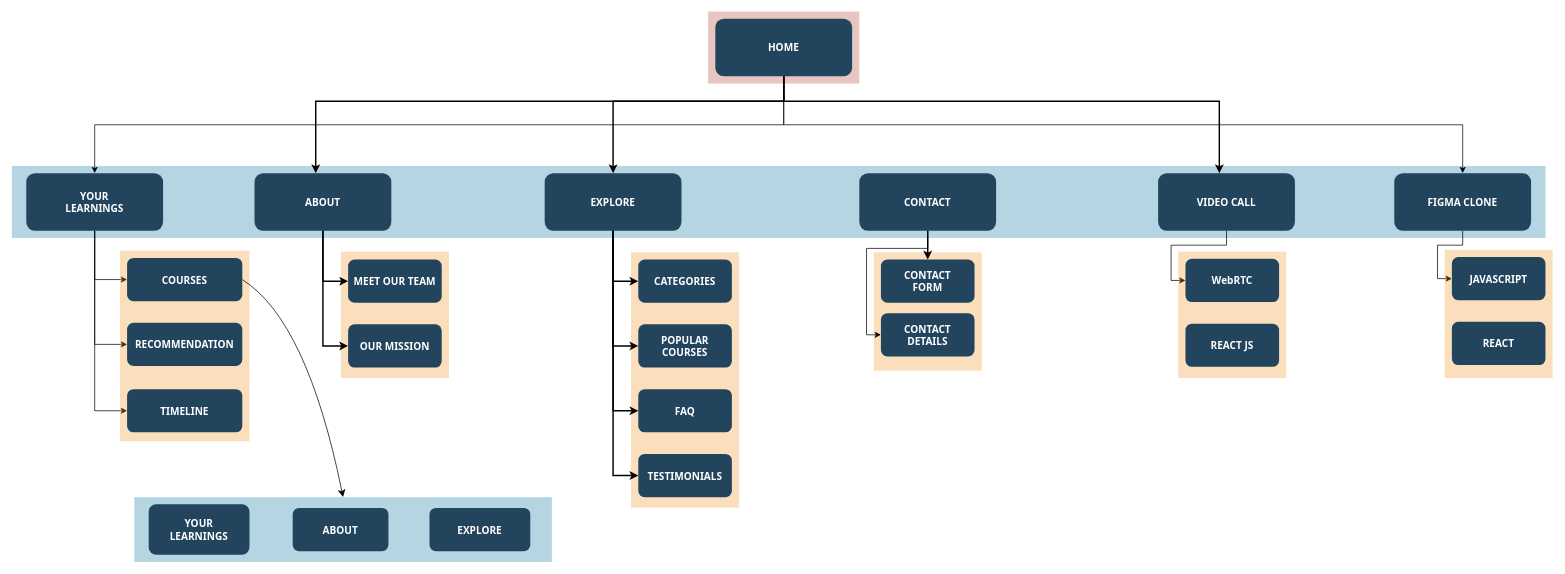
Above: Sitemap.drawio in ayush-ranjan07/DynamiX (draw.io), before the change. Source tidied: cells renumbered, new cells numbered last; positions are measured from the earlier drawing's top-left corner, leaving out a move shared by most shapes. Both pictures are drawn from the tidied source at 72%, with x=0, y=0 at pixel (12, 12).
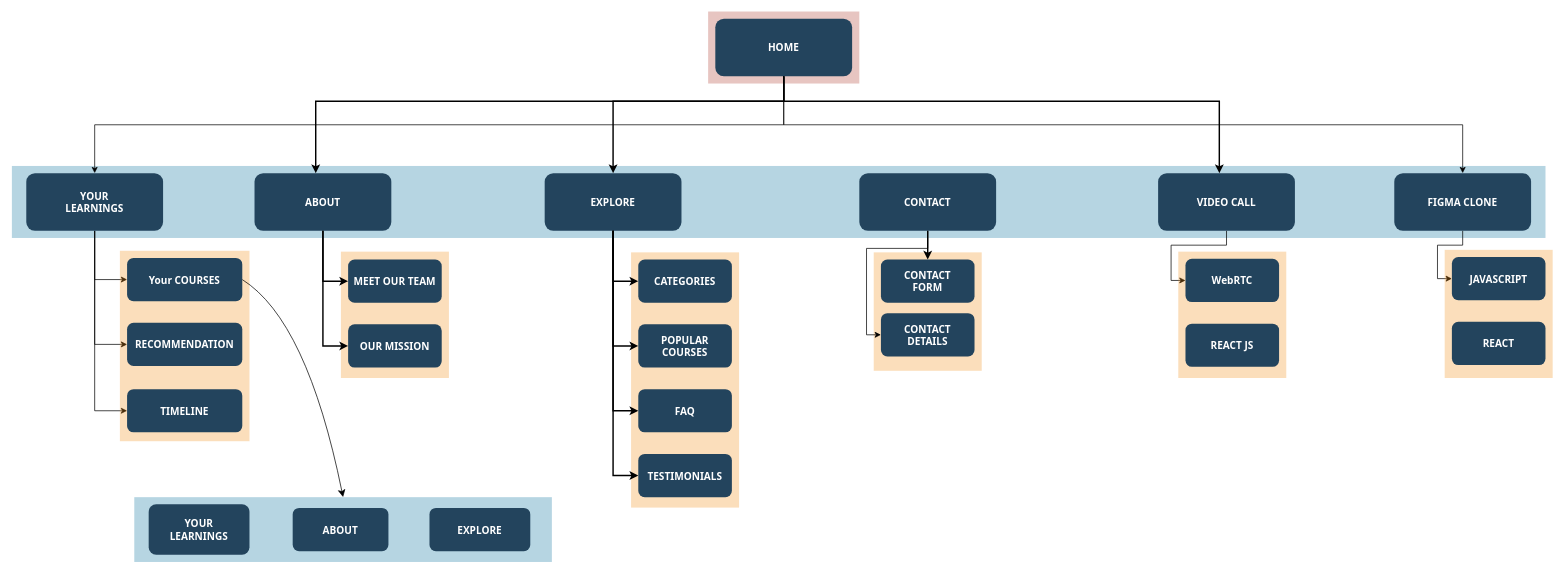
Above is the later version.

What changed in the source:
```diff
@@
-    <mxCell id="43" value="COURSES" style="rounded=1;fillColor=#23445D;gradientColor=none;strokeColor=none;fontColor=#FFFFFF;fontStyle=1;fontFamily=Tahoma;fontSize=14;" parent="1" vertex="1">
+    <mxCell id="43" value="Your COURSES" style="rounded=1;fillColor=#23445D;gradientColor=none;strokeColor=none;fontColor=#FFFFFF;fontStyle=1;fontFamily=Tahoma;fontSize=14;" parent="1" vertex="1">
       <mxGeometry x="160" y="341.8" width="160" height="60" as="geometry" />
     </mxCell>
```
